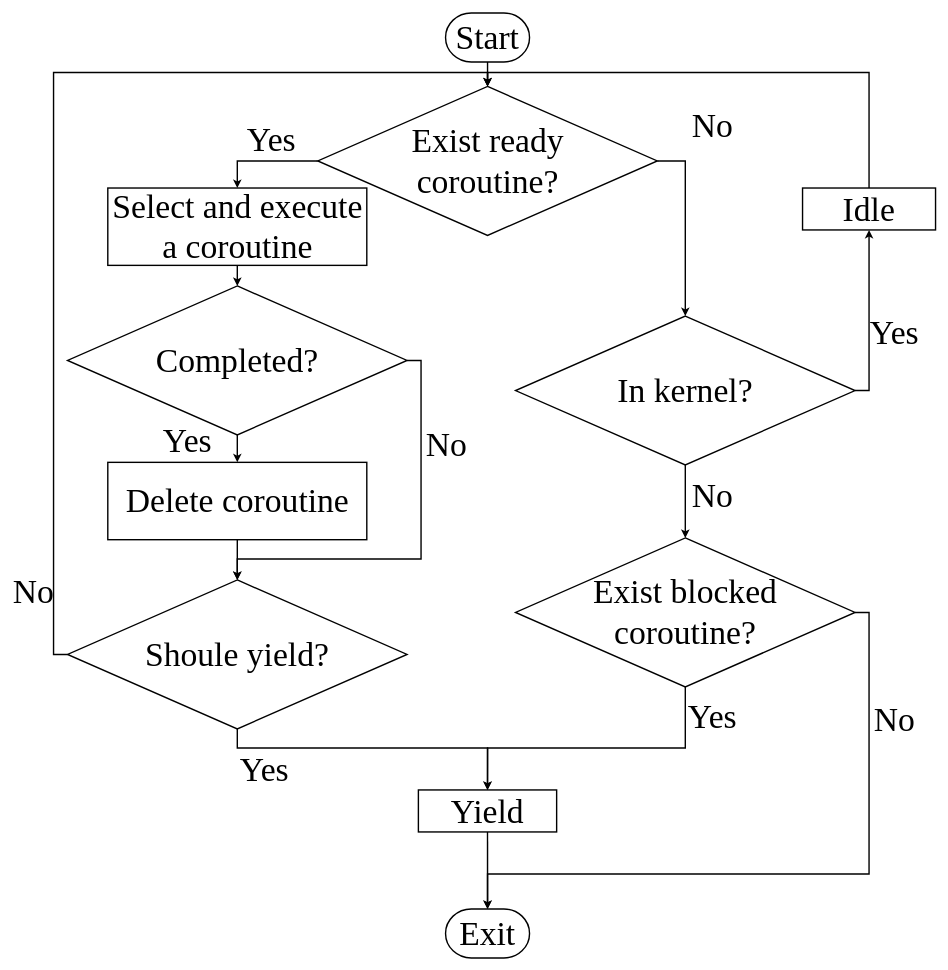
Above: cit2024/assets/flow.drawio in zflcs/SharedScheduler (draw.io), before the change. Source tidied: cells renumbered, new cells numbered last; positions are measured from the earlier drawing's top-left corner, leaving out a move shared by most shapes. Both pictures are drawn from the tidied source at 70%, with x=0, y=0 at pixel (67, 13).
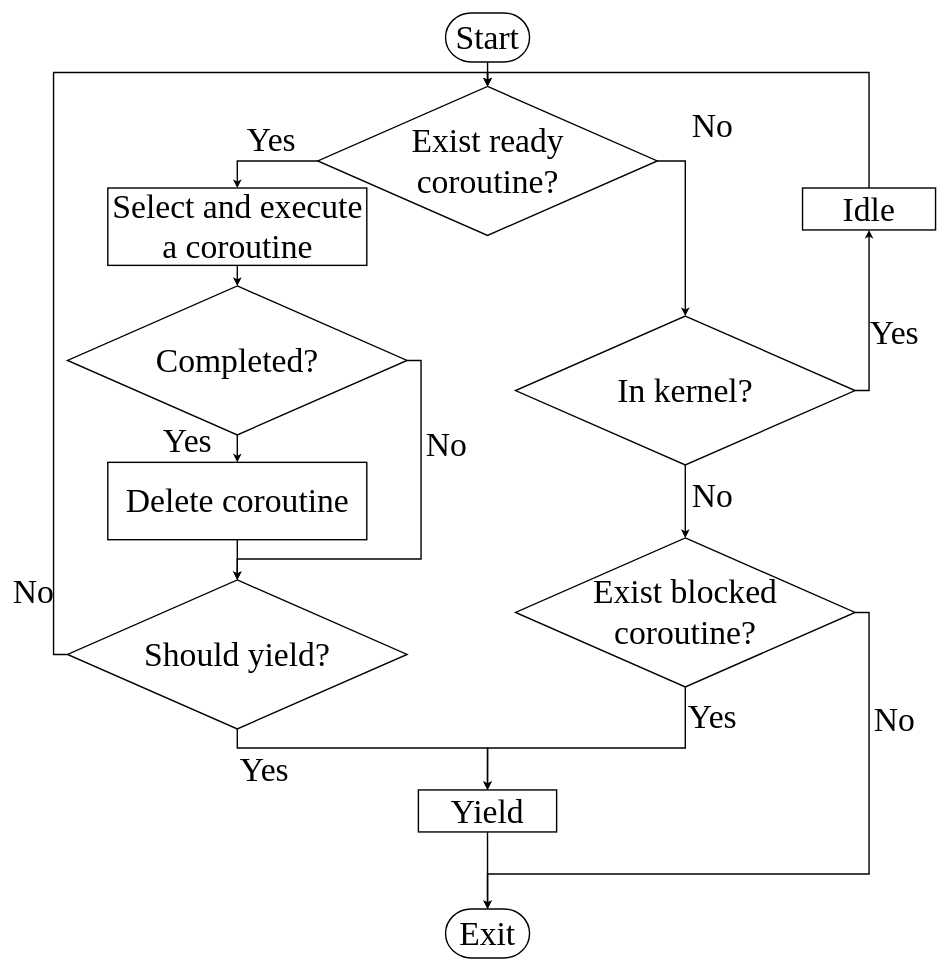
After the change.

What changed in the source:
```diff
@@
-    <mxCell id="34" value="&lt;font face=&quot;Times New Roman&quot;&gt;&lt;span style=&quot;font-size: 48px;&quot;&gt;Shoule yield?&lt;/span&gt;&lt;/font&gt;" style="rhombus;whiteSpace=wrap;html=1;strokeWidth=2;" parent="1" vertex="1">
+    <mxCell id="34" value="&lt;font face=&quot;Times New Roman&quot;&gt;&lt;span style=&quot;font-size: 48px;&quot;&gt;Should yield?&lt;/span&gt;&lt;/font&gt;" style="rhombus;whiteSpace=wrap;html=1;strokeWidth=2;" parent="1" vertex="1">
       <mxGeometry y="810" width="485" height="212.8" as="geometry" />
     </mxCell>
```
